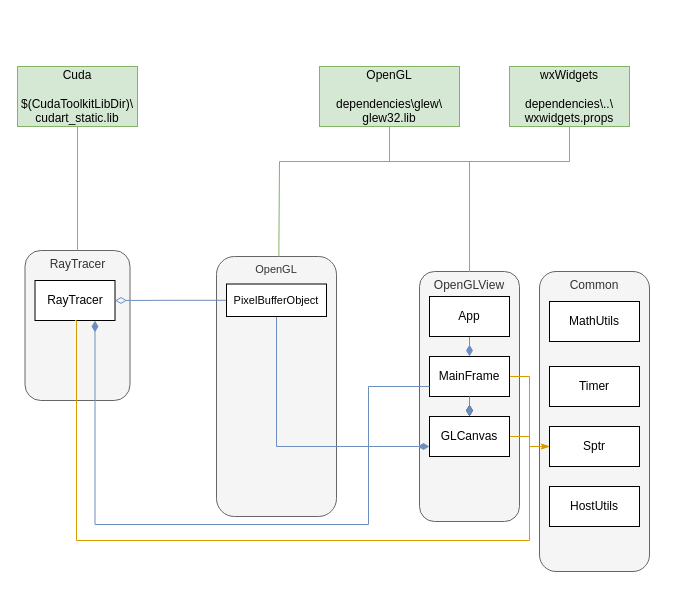
ipilter/RayTracerTest keeps this draw.io diagram as Documentation/design.drawio. Above is the earlier version. Source tidied: cells renumbered, new cells numbered last; positions are measured from the earlier drawing's top-left corner, leaving out a move shared by most shapes. Both pictures are drawn from the tidied source at 100%, with x=0, y=0 at pixel (17, 66).
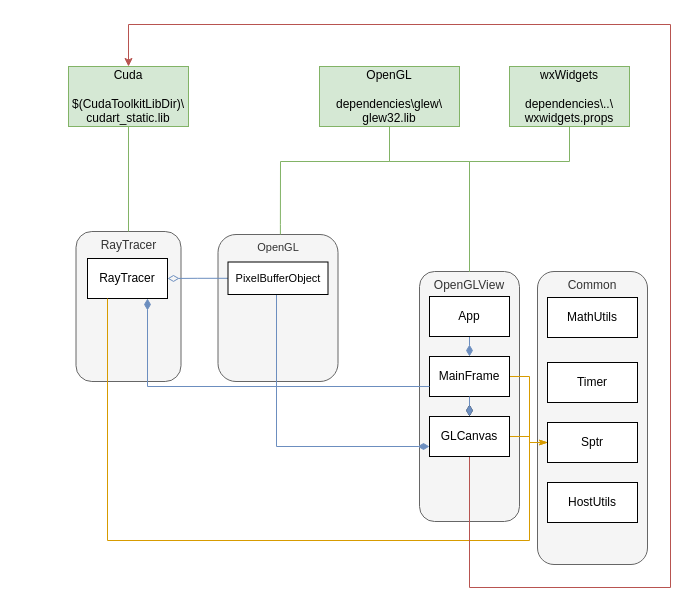
Above is the later version.

Unchanged cells that the change refers to:
```xml
<mxCell id="6" value="OpenGL&lt;br&gt;&lt;br&gt;dependencies\glew\&lt;br&gt;glew32.lib" style="rounded=0;whiteSpace=wrap;html=1;fillColor=#d5e8d4;strokeColor=#82b366;" parent="1" vertex="1">
  <mxGeometry x="302" width="140" height="60" as="geometry" />
</mxCell>
<mxCell id="22" value="MainFrame" style="rounded=0;whiteSpace=wrap;html=1;" parent="1" vertex="1">
  <mxGeometry x="412" y="290" width="80" height="40" as="geometry" />
</mxCell>
```

Change to the diagram source:
```diff
@@
     <mxCell id="2" value="OpenGL" style="rounded=1;whiteSpace=wrap;html=1;fontFamily=Helvetica;fontSize=11;fontColor=#333333;verticalAlign=top;fillColor=#f5f5f5;strokeColor=#666666;" parent="1" vertex="1">
-      <mxGeometry x="199" y="190" width="120" height="260" as="geometry" />
+      <mxGeometry x="200.5" y="168" width="120" height="147" as="geometry" />
     </mxCell>
     <mxCell id="3" value="RayTracer" style="rounded=1;whiteSpace=wrap;html=1;verticalAlign=top;fillColor=#f5f5f5;fontColor=#333333;strokeColor=#666666;" parent="1" vertex="1">
-      <mxGeometry x="7.5" y="184" width="105" height="150" as="geometry" />
+      <mxGeometry x="58.5" y="165" width="105" height="150" as="geometry" />
     </mxCell>
     <mxCell id="4" value="Common" style="rounded=1;whiteSpace=wrap;html=1;align=center;verticalAlign=top;fillColor=#f5f5f5;fontColor=#333333;strokeColor=#666666;" parent="1" vertex="1">
-      <mxGeometry x="522" y="205" width="110" height="300" as="geometry" />
+      <mxGeometry x="520" y="205" width="110" height="293" as="geometry" />
     </mxCell>
@@
     <mxCell id="7" value="Cuda&lt;br&gt;&lt;br&gt;$(CudaToolkitLibDir)\&lt;br&gt;cudart_static.lib" style="rounded=0;align=center;whiteSpace=wrap;html=1;fillColor=#d5e8d4;strokeColor=#82b366;" parent="1" vertex="1">
-      <mxGeometry width="120" height="60" as="geometry" />
+      <mxGeometry x="51" width="120" height="60" as="geometry" />
     </mxCell>
@@
     <mxCell id="11" value="RayTracer" style="rounded=0;whiteSpace=wrap;html=1;" parent="1" vertex="1">
-      <mxGeometry x="17.5" y="214" width="80" height="40" as="geometry" />
+      <mxGeometry x="70" y="192" width="80" height="40" as="geometry" />
     </mxCell>
     <mxCell id="12" value="MathUtils" style="rounded=0;whiteSpace=wrap;html=1;" parent="1" vertex="1">
-      <mxGeometry x="532" y="235" width="90" height="40" as="geometry" />
+      <mxGeometry x="530" y="231" width="90" height="40" as="geometry" />
     </mxCell>
     <mxCell id="13" style="edgeStyle=orthogonalEdgeStyle;rounded=0;jettySize=auto;html=1;entryX=1;entryY=0.5;entryDx=0;entryDy=0;strokeColor=#d79b00;endArrow=none;endFill=0;endSize=9;fillColor=#ffe6cc;" parent="1" edge="1" source="16" target="23">
-      <mxGeometry relative="1" as="geometry" />
+      <mxGeometry relative="1" as="geometry">
+        <Array as="points">
+          <mxPoint x="512" y="376" />
+          <mxPoint x="512" y="370" />
+        </Array>
+      </mxGeometry>
     </mxCell>
     <mxCell id="14" style="edgeStyle=orthogonalEdgeStyle;rounded=0;jettySize=auto;html=1;entryX=1;entryY=0.5;entryDx=0;entryDy=0;strokeColor=#d79b00;endArrow=none;endFill=0;endSize=9;startArrow=classicThin;startFill=1;fillColor=#ffe6cc;" parent="1" edge="1" source="16" target="22">
-      <mxGeometry relative="1" as="geometry" />
+      <mxGeometry relative="1" as="geometry">
+        <Array as="points">
+          <mxPoint x="512" y="376" />
+          <mxPoint x="512" y="310" />
+        </Array>
+      </mxGeometry>
     </mxCell>
-    <mxCell id="15" style="edgeStyle=orthogonalEdgeStyle;shape=connector;rounded=0;jettySize=auto;html=1;entryX=0.5;entryY=1;entryDx=0;entryDy=0;labelBackgroundColor=default;strokeColor=#d79b00;fontFamily=Helvetica;fontSize=11;fontColor=default;startArrow=classicThin;startFill=1;endArrow=none;endFill=0;endSize=9;fillColor=#ffe6cc;" parent="1" edge="1" source="16" target="11">
+    <mxCell id="15" style="edgeStyle=orthogonalEdgeStyle;shape=connector;rounded=0;jettySize=auto;html=1;entryX=0.25;entryY=1;entryDx=0;entryDy=0;labelBackgroundColor=default;strokeColor=#d79b00;fontFamily=Helvetica;fontSize=11;fontColor=default;startArrow=classicThin;startFill=1;endArrow=none;endFill=0;endSize=9;fillColor=#ffe6cc;" parent="1" edge="1" source="16" target="11">
       <mxGeometry relative="1" as="geometry">
         <Array as="points">
-          <mxPoint x="512" y="380" />
+          <mxPoint x="512" y="376" />
           <mxPoint x="512" y="474" />
-          <mxPoint x="59" y="474" />
-          <mxPoint x="59" y="254" />
+          <mxPoint x="90" y="474" />
         </Array>
       </mxGeometry>
     </mxCell>
     <mxCell id="16" value="Sptr" style="rounded=0;whiteSpace=wrap;html=1;" parent="1" vertex="1">
-      <mxGeometry x="532" y="360" width="90" height="40" as="geometry" />
+      <mxGeometry x="530" y="356" width="90" height="40" as="geometry" />
     </mxCell>
     <mxCell id="17" value="Timer" style="rounded=0;whiteSpace=wrap;html=1;" parent="1" vertex="1">
-      <mxGeometry x="532" y="300" width="90" height="40" as="geometry" />
+      <mxGeometry x="530" y="296" width="90" height="40" as="geometry" />
     </mxCell>
     <mxCell id="18" value="HostUtils" style="rounded=0;whiteSpace=wrap;html=1;" parent="1" vertex="1">
-      <mxGeometry x="532" y="420" width="90" height="40" as="geometry" />
+      <mxGeometry x="530" y="416" width="90" height="40" as="geometry" />
     </mxCell>
@@
+    <mxCell id="31" style="edgeStyle=orthogonalEdgeStyle;rounded=0;jettySize=auto;html=1;entryX=0.5;entryY=0;entryDx=0;entryDy=0;fillColor=#f8cecc;strokeColor=#b85450;" parent="1" edge="1" source="23" target="7">
+      <mxGeometry relative="1" as="geometry">
+        <Array as="points">
+          <mxPoint x="452" y="521" />
+          <mxPoint x="653" y="521" />
+          <mxPoint x="653" y="-42" />
+          <mxPoint x="111" y="-42" />
+        </Array>
+      </mxGeometry>
+    </mxCell>
-    <mxCell id="23" value="GLCanvas" style="rounded=0;whiteSpace=wrap;html=1;" parent="1" vertex="1">
+    <mxCell id="23" value="GLCanvas" style="rounded=0;whiteSpace=wrap;html=1;fillColor=#FFFFFF;strokeColor=default;" parent="1" vertex="1">
       <mxGeometry x="412" y="350" width="80" height="40" as="geometry" />
     </mxCell>
@@
     <mxCell id="28" value="PixelBufferObject" style="rounded=0;whiteSpace=wrap;html=1;fontFamily=Helvetica;fontSize=11;fontColor=default;" parent="1" vertex="1">
-      <mxGeometry x="209" y="217.5" width="100" height="32.5" as="geometry" />
+      <mxGeometry x="210.5" y="195.5" width="100" height="32.5" as="geometry" />
     </mxCell>
     <mxCell id="29" style="edgeStyle=orthogonalEdgeStyle;shape=connector;rounded=0;jettySize=auto;html=1;entryX=0.535;entryY=1;entryDx=0;entryDy=0;labelBackgroundColor=default;strokeColor=#82b366;fontFamily=Helvetica;fontSize=11;fontColor=default;startArrow=none;startFill=0;endArrow=none;endFill=0;endSize=9;fillColor=#d5e8d4;exitX=0.52;exitY=0;exitDx=0;exitDy=0;exitPerimeter=0;entryPerimeter=0;" parent="1" edge="1" source="2" target="6">
       <mxGeometry relative="1" as="geometry">
         <Array as="points">
-          <mxPoint x="261" y="179" />
-          <mxPoint x="262" y="179" />
-          <mxPoint x="262" y="95" />
+          <mxPoint x="263" y="158" />
+          <mxPoint x="263" y="95" />
           <mxPoint x="372" y="95" />
           <mxPoint x="372" y="60" />
         </Array>
       </mxGeometry>
     </mxCell>
     <mxCell id="30" style="edgeStyle=orthogonalEdgeStyle;rounded=0;jettySize=auto;html=1;entryX=0.75;entryY=1;entryDx=0;entryDy=0;endArrow=diamondThin;endFill=1;endSize=9;fillColor=#dae8fc;strokeColor=#6c8ebf;" parent="1" edge="1" source="22" target="11">
       <mxGeometry relative="1" as="geometry">
         <Array as="points">
-          <mxPoint x="351" y="320" />
-          <mxPoint x="351" y="458" />
-          <mxPoint x="78" y="458" />
-          <mxPoint x="78" y="254" />
+          <mxPoint x="130" y="320" />
         </Array>
       </mxGeometry>
     </mxCell>
```
